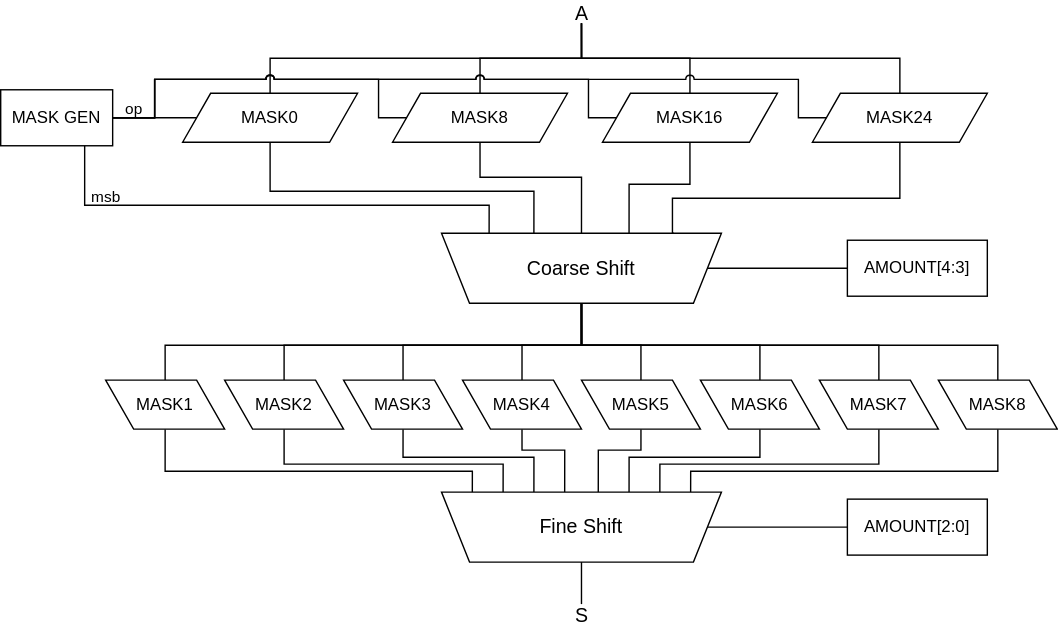
This is doc/shifter.svg from simoneruffini/MELA, a draw.io export, as it was before one commit. Source tidied: cells renumbered, new cells last; positions are measured from the earlier drawing's top-left corner, leaving out a move shared by most shapes.
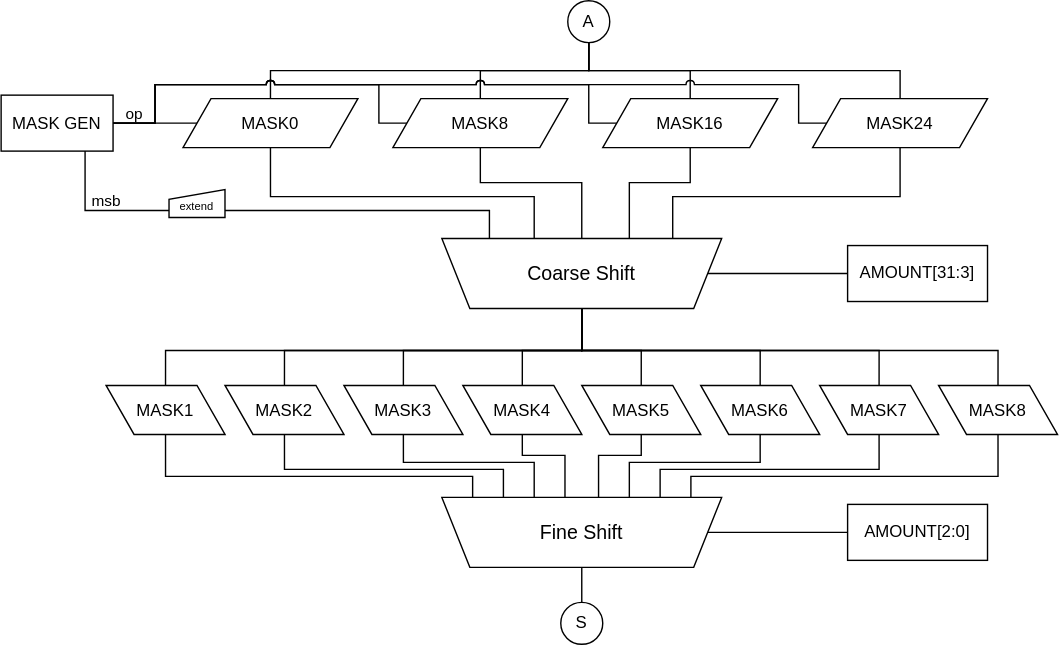
Later version of the same file.

Diff of the diagram source:
```diff
@@ -5,8 +5,8 @@
     <mxCell id="2" style="edgeStyle=orthogonalEdgeStyle;rounded=0;jettySize=auto;html=1;exitX=0.5;exitY=1;exitDx=0;exitDy=0;entryX=0.67;entryY=1;entryDx=0;entryDy=0;endArrow=none;endFill=0;entryPerimeter=0;" parent="1" edge="1" source="3" target="52">
       <mxGeometry relative="1" as="geometry">
         <Array as="points">
-          <mxPoint x="493" y="130" />
-          <mxPoint x="449" y="130" />
+          <mxPoint x="493" y="125" />
+          <mxPoint x="449" y="125" />
         </Array>
       </mxGeometry>
     </mxCell>
@@ -16,8 +16,8 @@
     <mxCell id="4" style="edgeStyle=orthogonalEdgeStyle;rounded=0;jettySize=auto;html=1;exitX=0.5;exitY=1;exitDx=0;exitDy=0;entryX=0.83;entryY=1;entryDx=0;entryDy=0;endArrow=none;endFill=0;entryPerimeter=0;" parent="1" edge="1" source="5" target="52">
       <mxGeometry relative="1" as="geometry">
         <Array as="points">
-          <mxPoint x="643" y="140" />
-          <mxPoint x="480" y="140" />
+          <mxPoint x="643" y="135" />
+          <mxPoint x="480" y="135" />
           <mxPoint x="480" y="165" />
         </Array>
       </mxGeometry>
@@ -140,7 +140,7 @@
     <mxCell id="24" style="edgeStyle=orthogonalEdgeStyle;rounded=0;jettySize=auto;html=1;exitX=0;exitY=0.5;exitDx=0;exitDy=0;endArrow=none;endFill=0;entryX=0.95;entryY=0.5;entryDx=0;entryDy=0;entryPerimeter=0;" parent="1" edge="1" source="25" target="52">
       <mxGeometry relative="1" as="geometry" />
     </mxCell>
-    <mxCell id="25" value="AMOUNT[4:3]" style="rounded=0;whiteSpace=wrap;html=1;" parent="1" vertex="1">
+    <mxCell id="25" value="AMOUNT[31:3]" style="rounded=0;whiteSpace=wrap;html=1;" parent="1" vertex="1">
       <mxGeometry x="605" y="170" width="100" height="40" as="geometry" />
     </mxCell>
     <mxCell id="26" style="edgeStyle=orthogonalEdgeStyle;rounded=0;jettySize=auto;html=1;exitX=0.5;exitY=1;exitDx=0;exitDy=0;endArrow=none;endFill=0;entryX=0.11;entryY=1;entryDx=0;entryDy=0;entryPerimeter=0;" parent="1" edge="1" source="27" target="43">
@@ -278,28 +278,34 @@
     <mxCell id="49" value="MASK GEN" style="rounded=0;whiteSpace=wrap;html=1;" parent="1" vertex="1">
       <mxGeometry y="62.5" width="80" height="40" as="geometry" />
     </mxCell>
-    <mxCell id="50" style="edgeStyle=orthogonalEdgeStyle;rounded=0;jumpStyle=arc;jettySize=auto;html=1;exitX=0.75;exitY=1;exitDx=0;exitDy=0;entryX=0.17;entryY=1;entryDx=0;entryDy=0;entryPerimeter=0;endArrow=none;endFill=0;" parent="1" edge="1" source="49" target="52">
+    <mxCell id="50" style="edgeStyle=orthogonalEdgeStyle;rounded=0;jumpStyle=arc;jettySize=auto;html=1;exitX=0.75;exitY=1;exitDx=0;exitDy=0;entryX=0;entryY=0.75;entryDx=0;entryDy=0;endArrow=none;endFill=0;" parent="1" edge="1" source="49" target="59">
       <mxGeometry relative="1" as="geometry">
         <Array as="points">
           <mxPoint x="60" y="145" />
-          <mxPoint x="349" y="145" />
+          <mxPoint x="130" y="145" />
         </Array>
       </mxGeometry>
     </mxCell>
     <mxCell id="51" value="msb" style="edgeLabel;html=1;align=center;verticalAlign=middle;labelBackgroundColor=none;" parent="50" vertex="1">
       <mxGeometry x="-0.03" y="-1" relative="1" as="geometry">
-        <mxPoint x="-114" y="-7" as="offset" />
+        <mxPoint x="-2" y="-8" as="offset" />
       </mxGeometry>
     </mxCell>
     <mxCell id="52" value="Coarse Shift" style="shape=trapezoid;perimeter=trapezoidPerimeter;whiteSpace=wrap;html=1;fixedSize=1;points=[[0,1,0,0,0],[0.03,0.74,0,0,0],[0.05,0.5,0,0,0],[0.07,0.28,0,0,0],[0.09,0.1,0,0,0],[0.17,1,0,0,0],[0.25,0,0,0,0],[0.33,1,0,0,0],[0.5,0,0,0,0],[0.5,1,0,0,0],[0.67,1,0,0,0],[0.75,0,0,0,0],[0.83,1,0,0,0],[0.91,0.1,0,0,0],[0.93,0.28,0,0,0],[0.95,0.5,0,0,0],[0.97,0.74,0,0,0],[1,1,0,0,0]];flipV=1;fontSize=14;" parent="1" vertex="1">
       <mxGeometry x="315" y="165" width="200" height="50" as="geometry" />
     </mxCell>
-    <mxCell id="53" value="&lt;font style=&quot;font-size: 14px;&quot;&gt;A&lt;/font&gt;" style="text;html=1;strokeColor=none;fillColor=none;align=center;verticalAlign=middle;whiteSpace=wrap;rounded=0;labelBackgroundColor=none;fontSize=14;" parent="1" vertex="1">
-      <mxGeometry x="402.5" width="25" height="15" as="geometry" />
+    <mxCell id="53" value="A" style="ellipse;whiteSpace=wrap;html=1;" parent="1" vertex="1">
+      <mxGeometry x="405" y="-5" width="30" height="30" as="geometry" />
     </mxCell>
-    <mxCell id="54" value="&lt;font style=&quot;font-size: 14px;&quot;&gt;S&lt;/font&gt;" style="text;html=1;strokeColor=none;fillColor=none;align=center;verticalAlign=middle;whiteSpace=wrap;rounded=0;labelBackgroundColor=none;fontSize=14;" parent="1" vertex="1">
-      <mxGeometry x="402.5" y="430" width="25" height="15" as="geometry" />
+    <mxCell id="54" value="S" style="ellipse;whiteSpace=wrap;html=1;" parent="1" vertex="1">
+      <mxGeometry x="400" y="425" width="30" height="30" as="geometry" />
     </mxCell>
+    <mxCell id="58" style="edgeStyle=orthogonalEdgeStyle;rounded=0;jettySize=auto;html=1;exitX=1;exitY=0.75;exitDx=0;exitDy=0;entryX=0.17;entryY=1;entryDx=0;entryDy=0;entryPerimeter=0;fontSize=8;endArrow=none;endFill=0;" parent="1" edge="1" source="59" target="52">
+      <mxGeometry relative="1" as="geometry" />
+    </mxCell>
+    <mxCell id="59" value="&lt;font style=&quot;font-size: 8px;&quot;&gt;extend&lt;/font&gt;" style="shape=manualInput;whiteSpace=wrap;html=1;size=7;verticalAlign=bottom;" parent="1" vertex="1">
+      <mxGeometry x="120" y="130" width="40" height="20" as="geometry" />
+    </mxCell>
     <mxCell id="55" value="Datapath" parent="0" />
     <mxCell id="56" value="DP Signals" parent="0" />
     <mxCell id="57" value="Hazard Unit" parent="0" />
```
